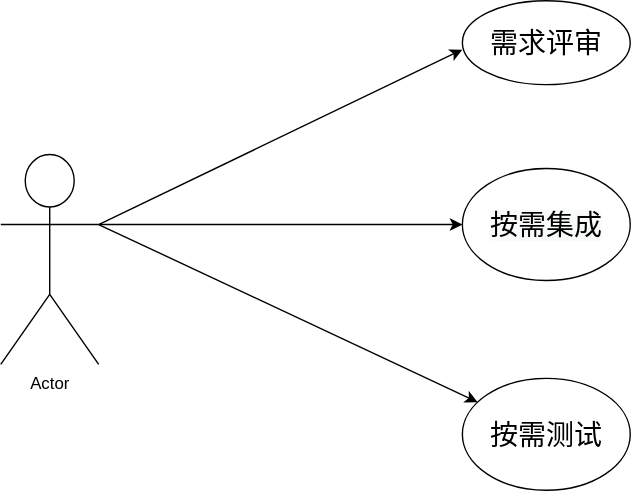
l1135677068/StudyNote keeps this draw.io diagram as pdf/Untitled Diagram.drawio.svg. Above is the earlier version. Source tidied: cells renumbered, new cells last; positions are measured from the earlier drawing's top-left corner, leaving out a move shared by most shapes.
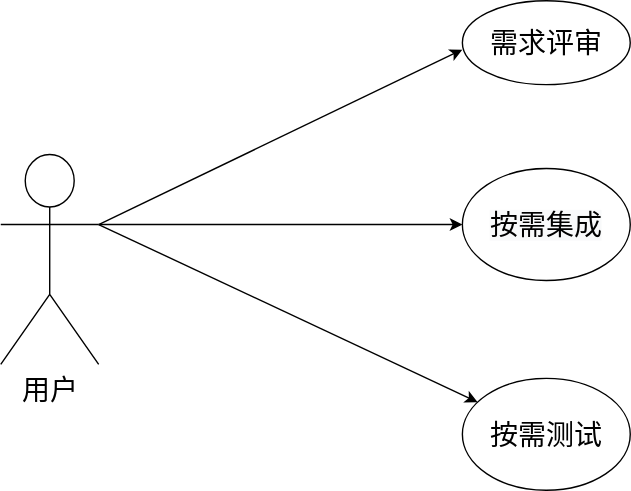
Above is the later version.

Diff of the diagram source:
```diff
@@ -2,7 +2,7 @@
   <root>
     <mxCell id="0" />
     <mxCell id="1" parent="0" />
-    <mxCell id="2" value="Actor" style="shape=umlActor;verticalLabelPosition=bottom;verticalAlign=top;html=1;" parent="1" vertex="1">
+    <mxCell id="2" value="&lt;span style=&quot;font-size: 20px&quot;&gt;用户&lt;/span&gt;" style="shape=umlActor;verticalLabelPosition=bottom;verticalAlign=top;html=1;" parent="1" vertex="1">
       <mxGeometry y="110" width="70" height="150" as="geometry" />
     </mxCell>
     <mxCell id="3" value="&lt;div&gt;&lt;span style=&quot;font-size: 20px&quot;&gt;需求评审&lt;/span&gt;&lt;/div&gt;" style="ellipse;whiteSpace=wrap;html=1;verticalAlign=middle;align=center;labelPosition=center;verticalLabelPosition=middle;" parent="1" vertex="1">
```
